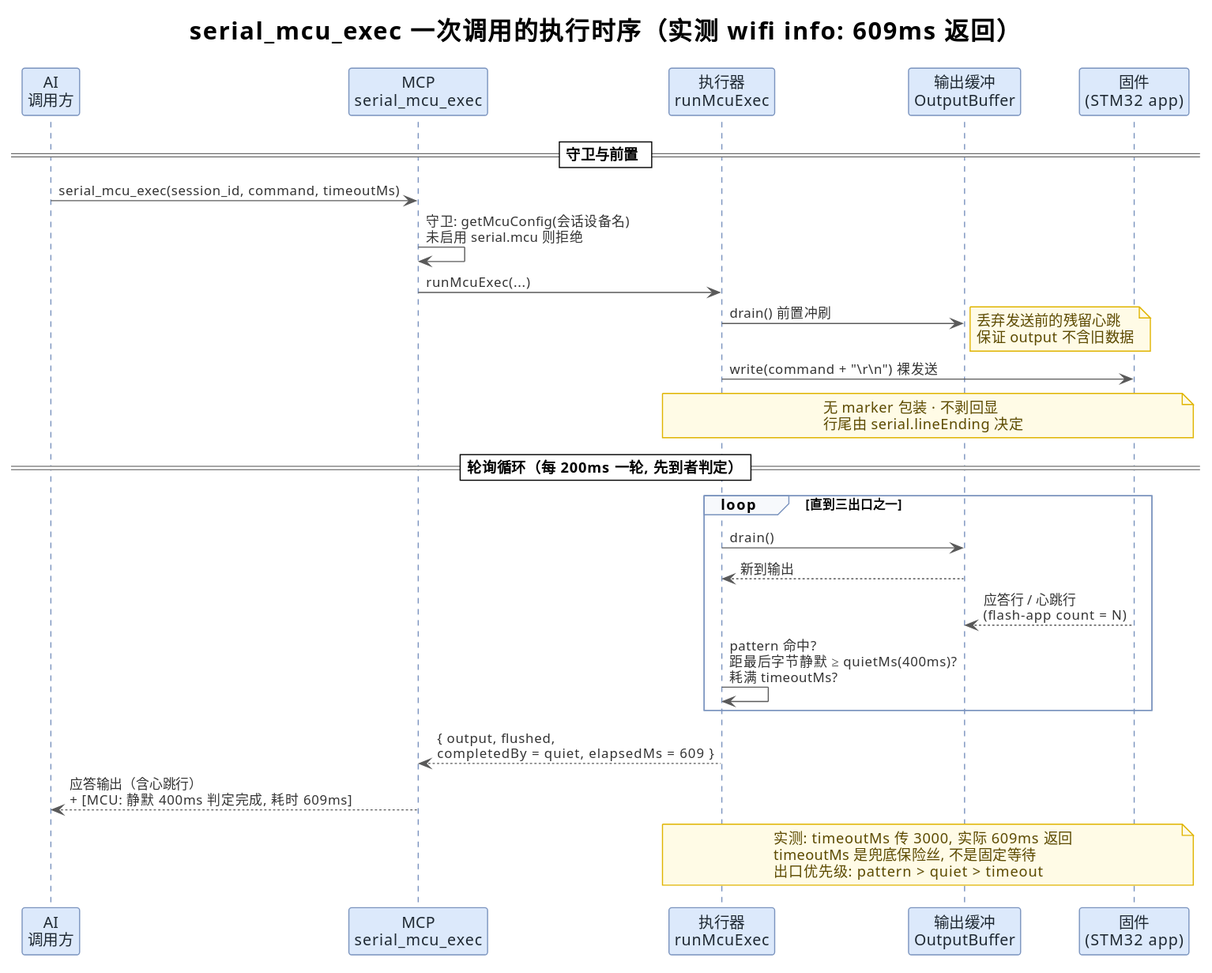
smk-h/embedded-mcp-toolkit keeps this PlantUML diagram as docs/01-MCP设计/LV080-串口MCU模式设计/img/mcu-exec-sequence.svg. Above is the earlier version. Its diagram source:
```plantuml
@startuml
!theme plain
skinparam backgroundColor #FFFFFF
skinparam shadowing false
skinparam defaultFontName "Segoe UI"
skinparam ArrowColor #5A5A5A
skinparam ArrowFontColor #333333
skinparam ArrowFontSize 12
skinparam SequenceParticipantBorderColor #7A93BE
skinparam SequenceParticipantBackgroundColor #DCE9FB
skinparam SequenceParticipantFontColor #1F2933
skinparam SequenceLifeLineBorderColor #7A93BE
skinparam SequenceGroupBackgroundColor #F7F9FC
skinparam SequenceGroupBorderColor #7A93BE
skinparam NoteBackgroundColor #FFFBE6
skinparam NoteBorderColor #E0B400
skinparam NoteFontColor #5C4A00

title serial_mcu_exec 一次调用的执行时序（实测 wifi info: 609ms 返回）

participant "AI\n调用方" as AI
participant "MCP\nserial_mcu_exec" as M
participant "执行器\nrunMcuExec" as E
participant "输出缓冲\nOutputBuffer" as B
participant "固件\n(STM32 app)" as F

== 守卫与前置 ==

AI -> M : serial_mcu_exec(session_id, command, timeoutMs)
M -> M : 守卫: getMcuConfig(会话设备名)\n未启用 serial.mcu 则拒绝
M -> E : runMcuExec(...)

E -> B : drain() 前置冲刷
note right : 丢弃发送前的残留心跳\n保证 output 不含旧数据

E -> F : write(command + "\\r\\n") 裸发送
note over E, F : 无 marker 包装 · 不剥回显\n行尾由 serial.lineEnding 决定

== 轮询循环（每 200ms 一轮, 先到者判定）==

loop 直到三出口之一
  E -> B : drain()
  B --> E : 新到输出
  F --> B : 应答行 / 心跳行\n(flash-app count = N)
  E -> E : pattern 命中?\n距最后字节静默 ≥ quietMs(400ms)?\n耗满 timeoutMs?
end

E --> M : { output, flushed,\ncompletedBy = quiet, elapsedMs = 609 }
M --> AI : 应答输出（含心跳行）\n+ [MCU: 静默 400ms 判定完成, 耗时 609ms]

note over E, F
  实测: timeoutMs 传 3000, 实际 609ms 返回
  timeoutMs 是兜底保险丝, 不是固定等待
  出口优先级: pattern > quiet > timeout
end note
@enduml
```
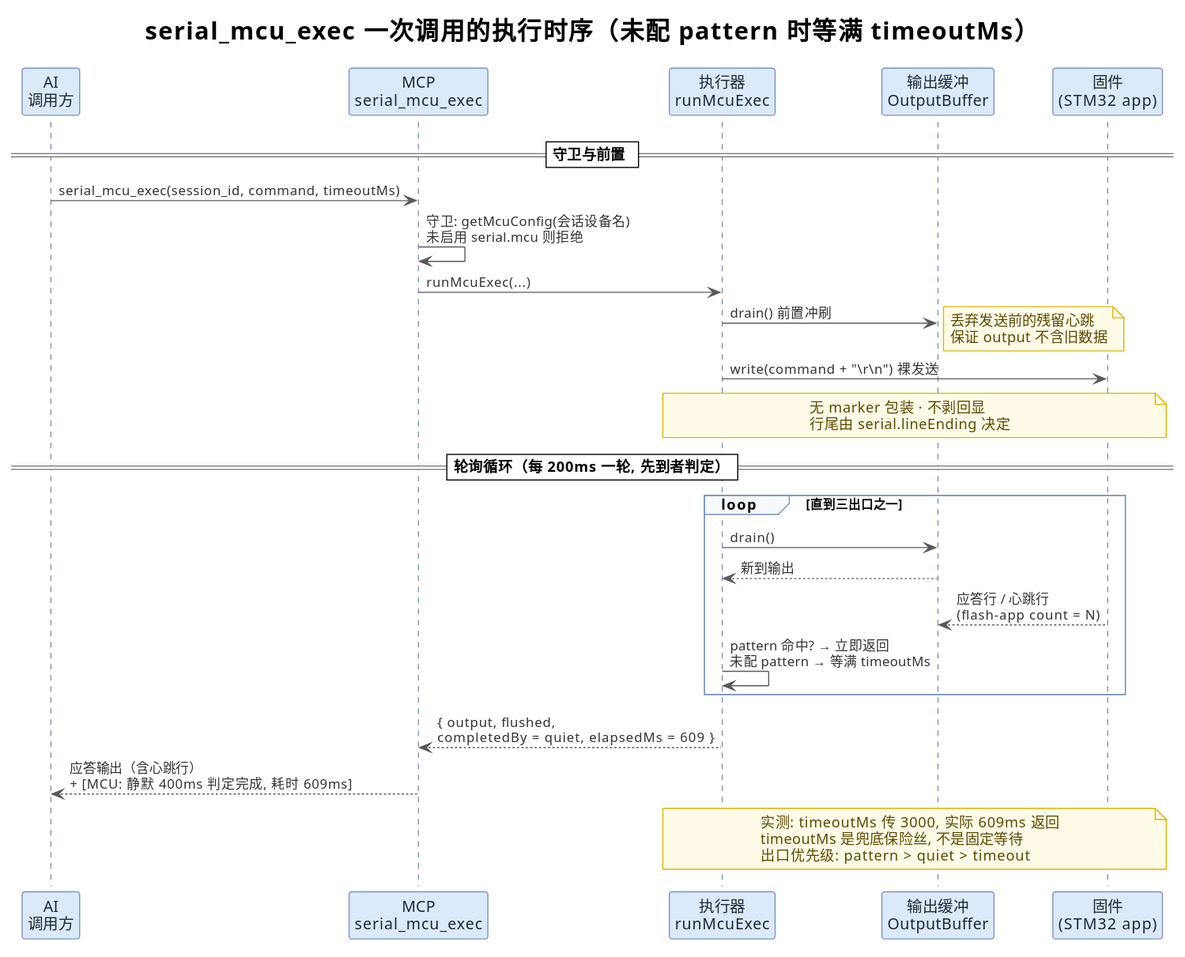
After the change.

What changed in the source:
```diff
@@ -16,7 +16,7 @@
 skinparam NoteBorderColor #E0B400
 skinparam NoteFontColor #5C4A00
 
-title serial_mcu_exec 一次调用的执行时序（实测 wifi info: 609ms 返回）
+title serial_mcu_exec 一次调用的执行时序（未配 pattern 时等满 timeoutMs）
 
 participant "AI\n调用方" as AI
 participant "MCP\nserial_mcu_exec" as M
@@ -42,7 +42,7 @@
   E -> B : drain()
   B --> E : 新到输出
   F --> B : 应答行 / 心跳行\n(flash-app count = N)
-  E -> E : pattern 命中?\n距最后字节静默 ≥ quietMs(400ms)?\n耗满 timeoutMs?
+  E -> E : pattern 命中? → 立即返回\n未配 pattern → 等满 timeoutMs
 end
 
 E --> M : { output, flushed,\ncompletedBy = quiet, elapsedMs = 609 }
```
